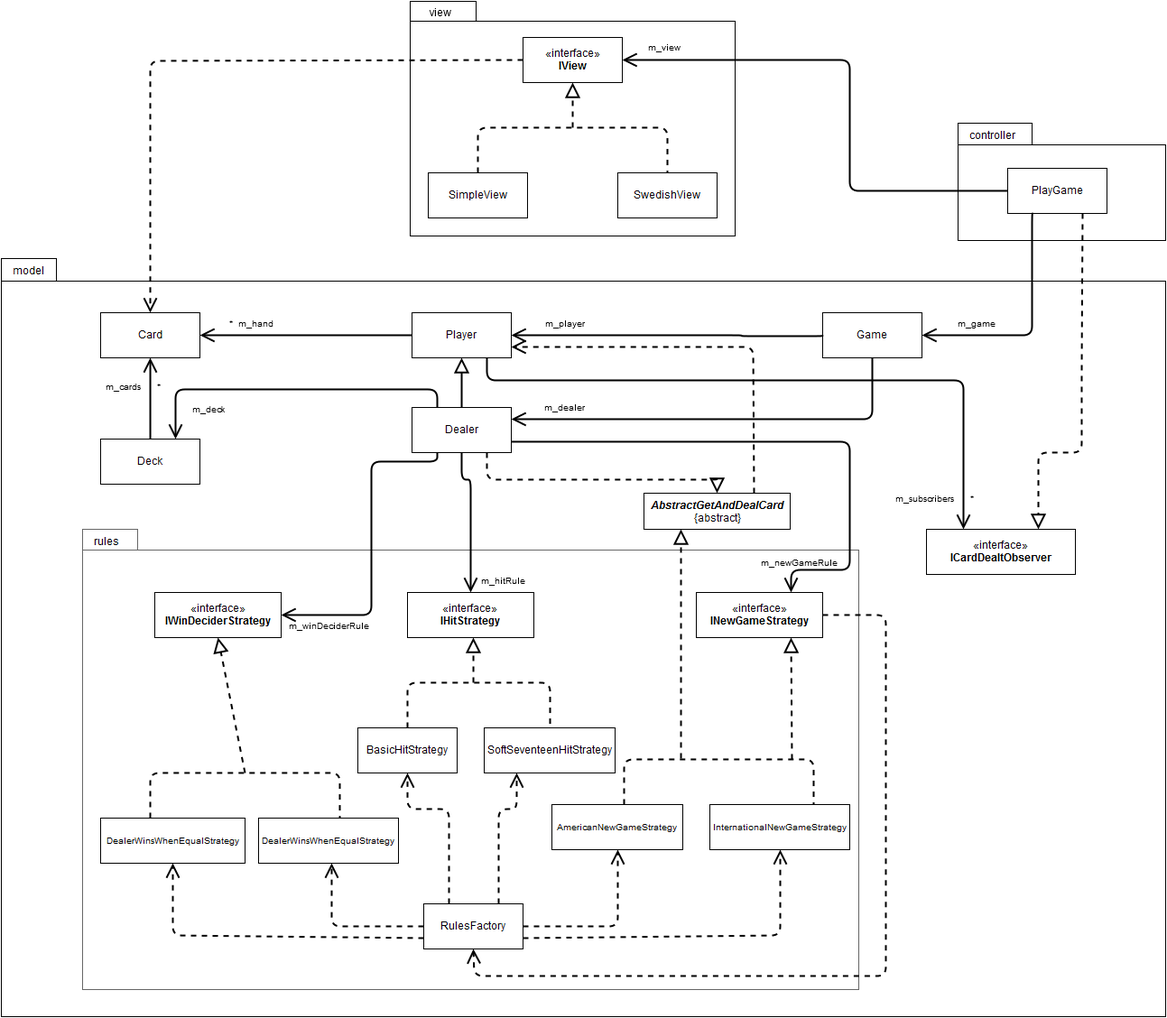
This is ws3/BlackJack_class_Diagram.png from tn222gf/1DV607, a draw.io export, as it was before one commit. Source tidied: cells renumbered, new cells last; positions are measured from the earlier drawing's top-left corner, leaving out a move shared by most shapes.
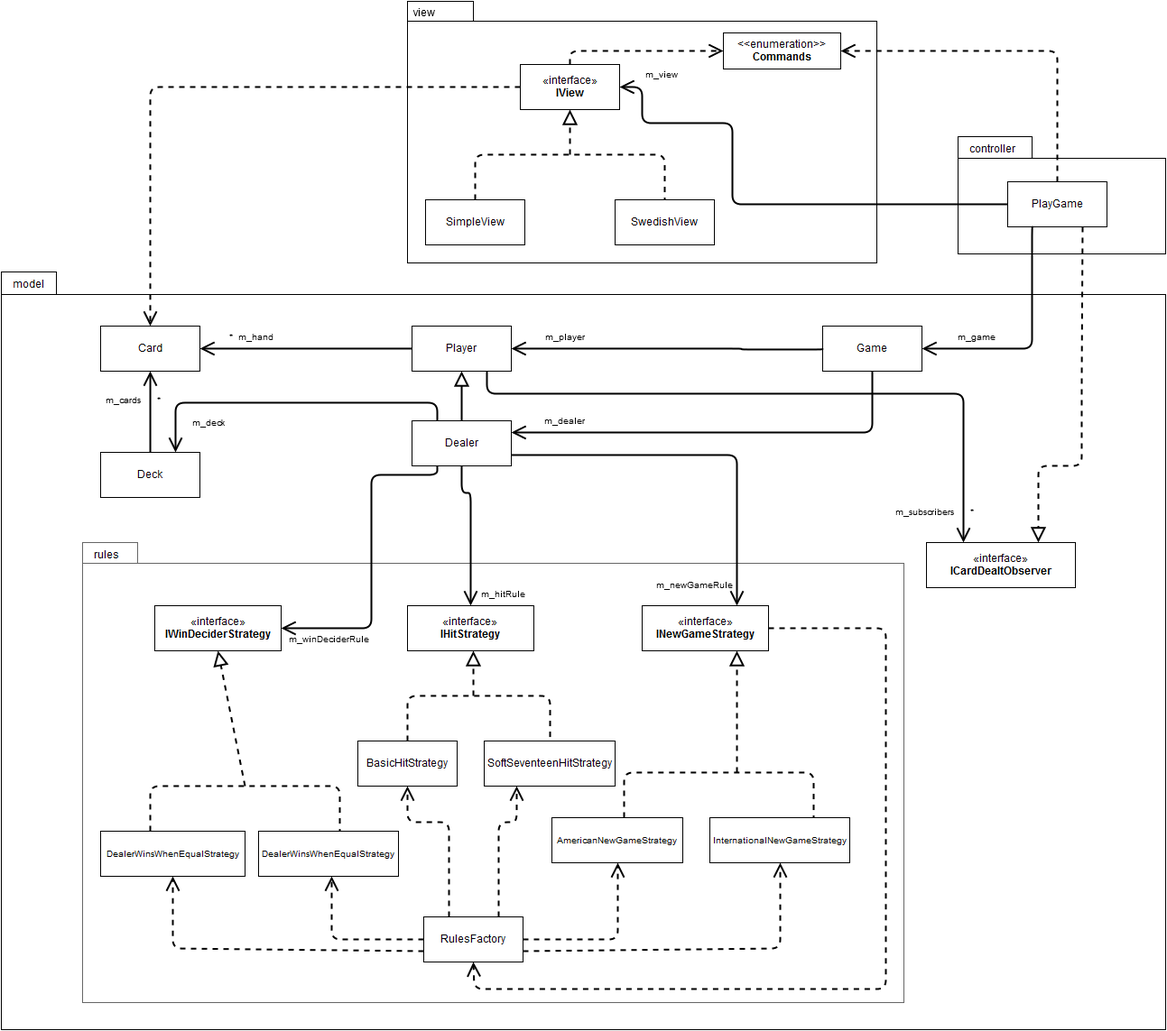
The same file after the commit.

Commit message:
Updated readme.md in ws3 and BlackJack class diagram

The edit, as a diff of the source:
```diff
@@ -3,14 +3,11 @@
     <mxCell id="0" />
     <mxCell id="1" parent="0" />
     <mxCell id="2" style="group;" parent="1" vertex="1">
-      <mxGeometry x="453" width="360" height="270" as="geometry" />
+      <mxGeometry x="450" y="15" width="520" height="270" as="geometry" />
     </mxCell>
     <mxCell id="3" style="shape=folder;fontStyle=1;spacingTop=10;tabWidth=73;tabHeight=22;tabPosition=left;html=1;labelBackgroundColor=#ffffff;fontSize=12;" parent="2" vertex="1">
-      <mxGeometry width="360" height="260" as="geometry" />
+      <mxGeometry y="-30" width="520" height="290" as="geometry" />
     </mxCell>
-    <mxCell id="4" value="view" style="text;html=1;fontSize=12;" parent="2" vertex="1">
-      <mxGeometry x="20" width="70" height="30" as="geometry" />
-    </mxCell>
     <mxCell id="5" value="SimpleView" style="html=1;labelBackgroundColor=#ffffff;fontSize=12;" parent="2" vertex="1">
       <mxGeometry x="20" y="190" width="110" height="50" as="geometry" />
     </mxCell>
@@ -34,6 +31,16 @@
         <mxPoint x="180" y="140" as="sourcePoint" />
       </mxGeometry>
     </mxCell>
+    <mxCell id="75" value="&lt;p style=&quot;margin: 0px ; margin-top: 4px ; text-align: center&quot;&gt;&amp;lt;&amp;lt;enumeration&amp;gt;&amp;gt;&lt;br&gt;&lt;b&gt;Commands&lt;/b&gt;&lt;/p&gt;&lt;hr&gt;" style="shape=rect;html=1;overflow=fill;whiteSpace=wrap;labelBackgroundColor=#ffffff;fillColor=#ffffff;fontSize=12;" parent="2" vertex="1">
+      <mxGeometry x="350" y="5" width="130" height="40" as="geometry" />
+    </mxCell>
+    <mxCell id="76" style="endArrow=open;endSize=12;dashed=1;html=1;strokeColor=#000000;strokeWidth=2;fontSize=12;entryX=0;entryY=0.5;exitX=0.5;exitY=0;" parent="2" edge="1" source="6" target="75">
+      <mxGeometry x="490" y="-600" as="geometry">
+        <Array as="points">
+          <mxPoint x="180" y="25" />
+        </Array>
+      </mxGeometry>
+    </mxCell>
     <mxCell id="10" style="group;" parent="1" vertex="1">
       <mxGeometry x="1060" y="135" width="230" height="130" as="geometry" />
     </mxCell>
@@ -50,10 +57,10 @@
       <mxGeometry width="1290" height="840" as="geometry" />
     </mxCell>
     <mxCell id="15" style="group;" parent="13" vertex="1">
-      <mxGeometry x="90" y="300" width="860" height="510" as="geometry" />
+      <mxGeometry x="90" y="300" width="910" height="510" as="geometry" />
     </mxCell>
     <mxCell id="16" value="rules" style="shape=folder;html=1;tabWidth=61;tabHeight=23;tabPosition=left;align=left;verticalAlign=top;spacingLeft=10;whiteSpace=wrap;labelBackgroundColor=#ffffff;fontSize=12;fillColor=none;strokeColor=#666666;" parent="15" vertex="1">
-      <mxGeometry width="860" height="510" as="geometry" />
+      <mxGeometry width="910" height="510" as="geometry" />
     </mxCell>
     <mxCell id="17" value="RulesFactory" style="html=1;labelBackgroundColor=#ffffff;fontSize=12;" parent="15" vertex="1">
       <mxGeometry x="378" y="415" width="110" height="50" as="geometry" />
@@ -65,7 +72,7 @@
       <mxGeometry x="360" y="70" width="140" height="50" as="geometry" />
     </mxCell>
     <mxCell id="20" value="«interface»&lt;br&gt;&lt;b&gt;INewGameStrategy&lt;/b&gt;" style="html=1;labelBackgroundColor=#ffffff;fontSize=12;" parent="15" vertex="1">
-      <mxGeometry x="680" y="70" width="140" height="50" as="geometry" />
+      <mxGeometry x="620" y="70" width="140" height="50" as="geometry" />
     </mxCell>
     <mxCell id="21" value="BasicHitStrategy" style="html=1;labelBackgroundColor=#ffffff;fontSize=12;" parent="15" vertex="1">
       <mxGeometry x="305" y="220" width="110" height="50" as="geometry" />
@@ -113,7 +120,7 @@
     </mxCell>
     <mxCell id="30" style="edgeStyle=none;html=1;endSize=12;endArrow=block;endFill=0;dashed=1;strokeColor=#000000;strokeWidth=2;fontSize=12;entryX=0.75;entryY=1;" parent="15" edge="1" target="20">
       <mxGeometry x="705" y="205" as="geometry">
-        <mxPoint x="786" y="255" as="sourcePoint" />
+        <mxPoint x="725" y="255" as="sourcePoint" />
       </mxGeometry>
     </mxCell>
     <mxCell id="31" style="endArrow=none;dashed=1;html=1;strokeColor=#000000;strokeWidth=2;fontSize=12;exitX=0.5;exitY=0;entryX=0.5;entryY=0;" parent="15" edge="1">
@@ -187,11 +194,6 @@
         </Array>
       </mxGeometry>
     </mxCell>
-    <mxCell id="40" style="edgeStyle=none;html=1;endSize=12;endArrow=block;endFill=0;dashed=1;strokeColor=#000000;strokeWidth=2;fontSize=12;entryX=0.25;entryY=1;" parent="15" edge="1" target="66">
-      <mxGeometry x="457" y="-411" as="geometry">
-        <mxPoint x="663" y="254" as="sourcePoint" />
-      </mxGeometry>
-    </mxCell>
     <mxCell id="41" value="Dealer" style="html=1;labelBackgroundColor=#ffffff;fillColor=#ffffff;fontSize=12;" parent="13" vertex="1">
       <mxGeometry x="455" y="165" width="110" height="50" as="geometry" />
     </mxCell>
@@ -284,15 +286,13 @@
     <mxCell id="60" style="verticalAlign=bottom;html=1;endArrow=open;endSize=12;edgeStyle=orthogonalEdgeStyle;strokeColor=#000000;strokeWidth=2;fontSize=12;exitX=1;exitY=0.75;entryX=0.75;entryY=0;" parent="13" edge="1" source="41" target="20">
       <mxGeometry x="709" y="189" as="geometry">
         <Array as="points">
-          <mxPoint x="940" y="203" />
-          <mxPoint x="940" y="345" />
-          <mxPoint x="875" y="345" />
+          <mxPoint x="815" y="203" />
         </Array>
       </mxGeometry>
     </mxCell>
     <mxCell id="61" value="&lt;font style=&quot;font-size: 10px&quot;&gt;m_newGameRule&lt;/font&gt;" style="html=1;align=right;verticalAlign=top;labelBackgroundColor=none;fontSize=10;" parent="60" vertex="1">
       <mxGeometry x="1" relative="1" as="geometry">
-        <mxPoint x="54" y="-45" as="offset" />
+        <mxPoint x="-2" y="-35" as="offset" />
       </mxGeometry>
     </mxCell>
     <mxCell id="62" style="verticalAlign=bottom;html=1;endArrow=open;endSize=12;edgeStyle=orthogonalEdgeStyle;strokeColor=#000000;strokeWidth=2;fontSize=12;exitX=0.5;exitY=1;entryX=0.5;entryY=0;" parent="13" edge="1" source="41" target="19">
@@ -322,24 +322,6 @@
         <mxPoint x="100" as="offset" />
       </mxGeometry>
     </mxCell>
-    <mxCell id="66" value="&lt;p style=&quot;margin: 5px&quot;&gt;&lt;b&gt;&lt;i&gt;AbstractGetAndDealCard&lt;/i&gt;&lt;/b&gt;&lt;br&gt;{abstract}&lt;/p&gt;" style="shape=rect;html=1;overflow=fill;whiteSpace=wrap;align=center;labelBackgroundColor=#ffffff;fillColor=#ffffff;fontSize=12;" parent="13" vertex="1">
-      <mxGeometry x="712" y="260" width="162" height="40" as="geometry" />
-    </mxCell>
-    <mxCell id="67" style="edgeStyle=none;html=1;endSize=12;endArrow=block;endFill=0;dashed=1;strokeColor=#000000;strokeWidth=2;fontSize=12;entryX=0.5;entryY=0;exitX=0.75;exitY=1;" parent="13" edge="1" source="41" target="66">
-      <mxGeometry x="489" y="-186" as="geometry">
-        <Array as="points">
-          <mxPoint x="538" y="245" />
-          <mxPoint x="793" y="245" />
-        </Array>
-      </mxGeometry>
-    </mxCell>
-    <mxCell id="68" style="endArrow=open;endSize=12;dashed=1;html=1;strokeColor=#000000;strokeWidth=2;fontSize=12;entryX=1;entryY=0.75;exitX=0.75;exitY=0;" parent="13" edge="1" source="66" target="42">
-      <mxGeometry x="713" y="-450" as="geometry">
-        <Array as="points">
-          <mxPoint x="833" y="98" />
-        </Array>
-      </mxGeometry>
-    </mxCell>
     <mxCell id="69" style="verticalAlign=bottom;html=1;endArrow=open;endSize=12;edgeStyle=orthogonalEdgeStyle;strokeColor=#000000;strokeWidth=2;fontSize=12;exitX=0.25;exitY=1;entryX=1;entryY=0.5;" parent="1" edge="1" source="12" target="43">
       <mxGeometry x="1025.7" y="104.7" as="geometry">
         <Array as="points">
@@ -355,8 +337,10 @@
     <mxCell id="71" style="verticalAlign=bottom;html=1;endArrow=open;endSize=12;edgeStyle=orthogonalEdgeStyle;strokeColor=#000000;strokeWidth=2;fontSize=12;exitX=0;exitY=0.5;entryX=1;entryY=0.5;" parent="1" edge="1" source="12" target="6">
       <mxGeometry x="859" y="34" as="geometry">
         <Array as="points">
-          <mxPoint x="940" y="210" />
-          <mxPoint x="940" y="65" />
+          <mxPoint x="810" y="210" />
+          <mxPoint x="810" y="120" />
+          <mxPoint x="710" y="120" />
+          <mxPoint x="710" y="80" />
         </Array>
       </mxGeometry>
     </mxCell>
@@ -377,9 +361,19 @@
     <mxCell id="74" style="endArrow=open;endSize=12;dashed=1;html=1;strokeColor=#000000;strokeWidth=2;fontSize=12;entryX=0.5;entryY=0;exitX=0;exitY=0.5;" parent="1" edge="1" source="6" target="44">
       <mxGeometry x="160" y="137" as="geometry">
         <Array as="points">
-          <mxPoint x="165" y="66" />
+          <mxPoint x="165" y="80" />
         </Array>
       </mxGeometry>
     </mxCell>
+    <mxCell id="4" value="view" style="text;html=1;fontSize=12;" parent="1" vertex="1">
+      <mxGeometry x="455" y="-15" width="70" height="30" as="geometry" />
+    </mxCell>
+    <mxCell id="77" style="endArrow=open;endSize=12;dashed=1;html=1;strokeColor=#000000;strokeWidth=2;fontSize=12;entryX=1;entryY=0.5;exitX=0.5;exitY=0;" parent="1" edge="1" source="12" target="75">
+      <mxGeometry x="950" y="-565" as="geometry">
+        <Array as="points">
+          <mxPoint x="1170" y="40" />
+        </Array>
+      </mxGeometry>
+    </mxCell>
   </root>
 </mxGraphModel>
```
